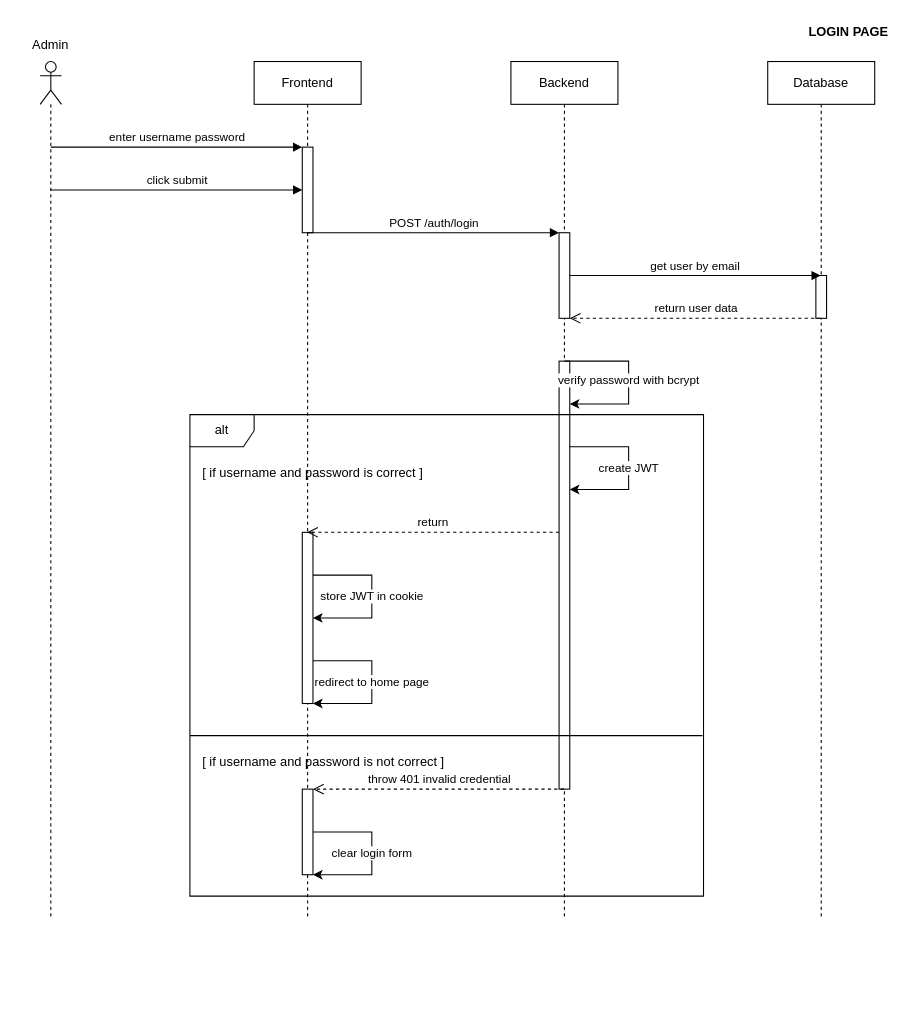
ssszZ-TH/party_fullstack_docker3 keeps this draw.io diagram as page "1 login" (2 of 14) of docs/artifact/SequentialDiagram/SequentialDiagram.drawio. Above is the earlier version. Source tidied: cells renumbered, new cells numbered last; positions are measured from the earlier drawing's top-left corner, leaving out a move shared by most shapes. Both pictures are drawn from the tidied source at 107%, with x=0, y=0 at pixel (18, 18).
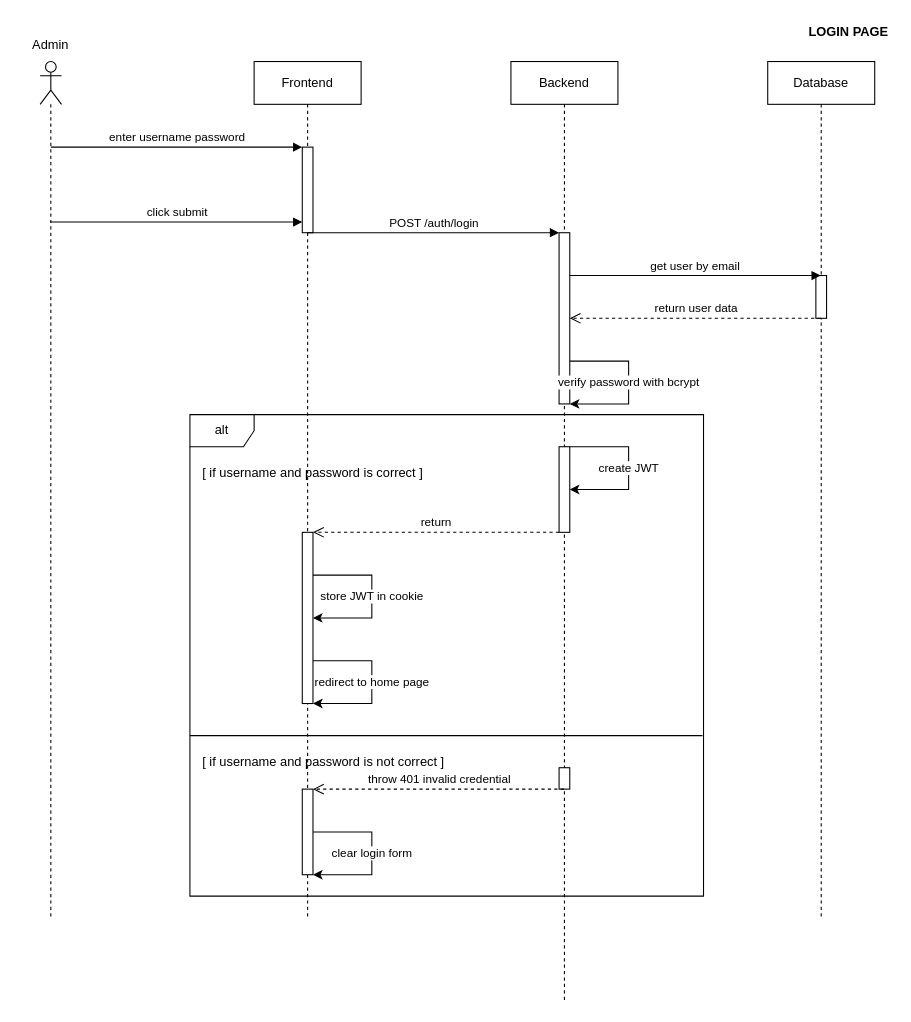
After the change.

Unchanged cells that the change refers to:
```xml
<mxCell id="2" style="shape=umlLifeline;perimeter=lifelinePerimeter;whiteSpace=wrap;html=1;outlineConnect=0;portConstraint=eastwest;newEdgeStyle={&quot;curved&quot;:0,&quot;rounded&quot;:0};participant=umlActor;" parent="1" vertex="1">
  <mxGeometry x="20" y="40" width="20" height="800" as="geometry" />
</mxCell>
<mxCell id="3" value="Frontend" style="shape=umlLifeline;perimeter=lifelinePerimeter;whiteSpace=wrap;html=1;outlineConnect=0;portConstraint=eastwest;newEdgeStyle={&quot;curved&quot;:0,&quot;rounded&quot;:0};" parent="1" vertex="1">
  <mxGeometry x="220" y="40" width="100" height="800" as="geometry" />
</mxCell>
<mxCell id="4" style="html=1;points=[[0,0,0,0,5],[0,1,0,0,-5],[1,0,0,0,5],[1,1,0,0,-5]];perimeter=orthogonalPerimeter;outlineConnect=0;targetShapes=umlLifeline;portConstraint=eastwest;newEdgeStyle={&quot;curved&quot;:0,&quot;rounded&quot;:0};" parent="3" vertex="1">
  <mxGeometry x="45" y="80" width="10" height="80" as="geometry" />
</mxCell>
<mxCell id="5" style="html=1;points=[[0,0,0,0,5],[0,1,0,0,-5],[1,0,0,0,5],[1,1,0,0,-5]];perimeter=orthogonalPerimeter;outlineConnect=0;targetShapes=umlLifeline;portConstraint=eastwest;newEdgeStyle={&quot;curved&quot;:0,&quot;rounded&quot;:0};" parent="3" vertex="1">
  <mxGeometry x="45" y="440" width="10" height="160" as="geometry" />
</mxCell>
```

What changed in the source:
```diff
@@
     <mxCell id="10" value="Backend" style="shape=umlLifeline;perimeter=lifelinePerimeter;whiteSpace=wrap;html=1;outlineConnect=0;portConstraint=eastwest;newEdgeStyle={&quot;curved&quot;:0,&quot;rounded&quot;:0};" parent="1" vertex="1">
-      <mxGeometry x="460" y="40" width="100" height="800" as="geometry" />
+      <mxGeometry x="460" y="40" width="100" height="880" as="geometry" />
     </mxCell>
     <mxCell id="11" style="html=1;points=[[0,0,0,0,5],[0,1,0,0,-5],[1,0,0,0,5],[1,1,0,0,-5]];perimeter=orthogonalPerimeter;outlineConnect=0;targetShapes=umlLifeline;portConstraint=eastwest;newEdgeStyle={&quot;curved&quot;:0,&quot;rounded&quot;:0};" parent="10" vertex="1">
-      <mxGeometry x="45" y="160" width="10" height="80" as="geometry" />
+      <mxGeometry x="45" y="160" width="10" height="160" as="geometry" />
     </mxCell>
-    <mxCell id="12" style="html=1;points=[[0,0,0,0,5],[0,1,0,0,-5],[1,0,0,0,5],[1,1,0,0,-5]];perimeter=orthogonalPerimeter;outlineConnect=0;targetShapes=umlLifeline;portConstraint=eastwest;newEdgeStyle={&quot;curved&quot;:0,&quot;rounded&quot;:0};" parent="10" vertex="1">
-      <mxGeometry x="45" y="280" width="10" height="400" as="geometry" />
-    </mxCell>
-    <mxCell id="13" value="create JWT" style="edgeStyle=orthogonalEdgeStyle;rounded=0;orthogonalLoop=1;jettySize=auto;html=1;curved=0;" parent="10" edge="1" source="12" target="12">
+    <mxCell id="13" value="create JWT" style="edgeStyle=orthogonalEdgeStyle;rounded=0;orthogonalLoop=1;jettySize=auto;html=1;curved=0;" parent="10" edge="1">
       <mxGeometry relative="1" as="geometry">
+        <mxPoint x="55" y="360" as="sourcePoint" />
+        <mxPoint x="55" y="400" as="targetPoint" />
         <Array as="points">
           <mxPoint x="110" y="360" />
           <mxPoint x="110" y="400" />
         </Array>
       </mxGeometry>
     </mxCell>
+    <mxCell id="30" style="html=1;perimeter=orthogonalPerimeter;targetShapes=umlLifeline;newEdgeStyle={&quot;curved&quot;:0,&quot;rounded&quot;:0};" parent="10" vertex="1">
+      <mxGeometry x="45" y="360" width="10" height="80" as="geometry" />
+    </mxCell>
+    <mxCell id="31" style="html=1;perimeter=orthogonalPerimeter;targetShapes=umlLifeline;newEdgeStyle={&quot;curved&quot;:0,&quot;rounded&quot;:0};" parent="10" vertex="1">
+      <mxGeometry x="45" y="660" width="10" height="20" as="geometry" />
+    </mxCell>
@@
-    <mxCell id="20" value="click submit" style="endArrow=block;html=1;rounded=0;verticalAlign=bottom;curved=0;" parent="1" edge="1" source="2" target="4">
+    <mxCell id="20" value="click submit" style="endArrow=block;html=1;rounded=0;verticalAlign=bottom;curved=0;" parent="1" edge="1">
       <mxGeometry relative="1" as="geometry">
+        <mxPoint x="29.5" y="190" as="sourcePoint" />
+        <mxPoint x="265" y="190" as="targetPoint" />
         <Array as="points">
-          <mxPoint x="180" y="160" />
+          <mxPoint x="180" y="190" />
         </Array>
       </mxGeometry>
     </mxCell>
@@
-    <mxCell id="22" value="verify password with bcrypt" style="edgeStyle=orthogonalEdgeStyle;rounded=0;jettySize=auto;html=1;curved=0;" parent="1" edge="1" target="12">
+    <mxCell id="22" value="verify password with bcrypt" style="edgeStyle=orthogonalEdgeStyle;rounded=0;jettySize=auto;html=1;curved=0;" parent="1" edge="1" source="11">
       <mxGeometry relative="1" as="geometry">
-        <mxPoint x="510" y="320" as="sourcePoint" />
+        <mxPoint x="515" y="360" as="targetPoint" />
         <Array as="points">
           <mxPoint x="570" y="320" />
           <mxPoint x="570" y="360" />
         </Array>
       </mxGeometry>
     </mxCell>
@@
-    <mxCell id="24" value="return" style="html=1;verticalAlign=bottom;endArrow=open;dashed=1;endSize=8;curved=0;rounded=0;" parent="1" edge="1" source="12" target="3">
+    <mxCell id="24" value="return" style="html=1;verticalAlign=bottom;endArrow=open;dashed=1;endSize=8;curved=0;rounded=0;" parent="1" edge="1" target="5">
       <mxGeometry relative="1" as="geometry">
+        <mxPoint x="505" y="480" as="sourcePoint" />
         <Array as="points">
           <mxPoint x="380" y="480" />
         </Array>
       </mxGeometry>
     </mxCell>
```
